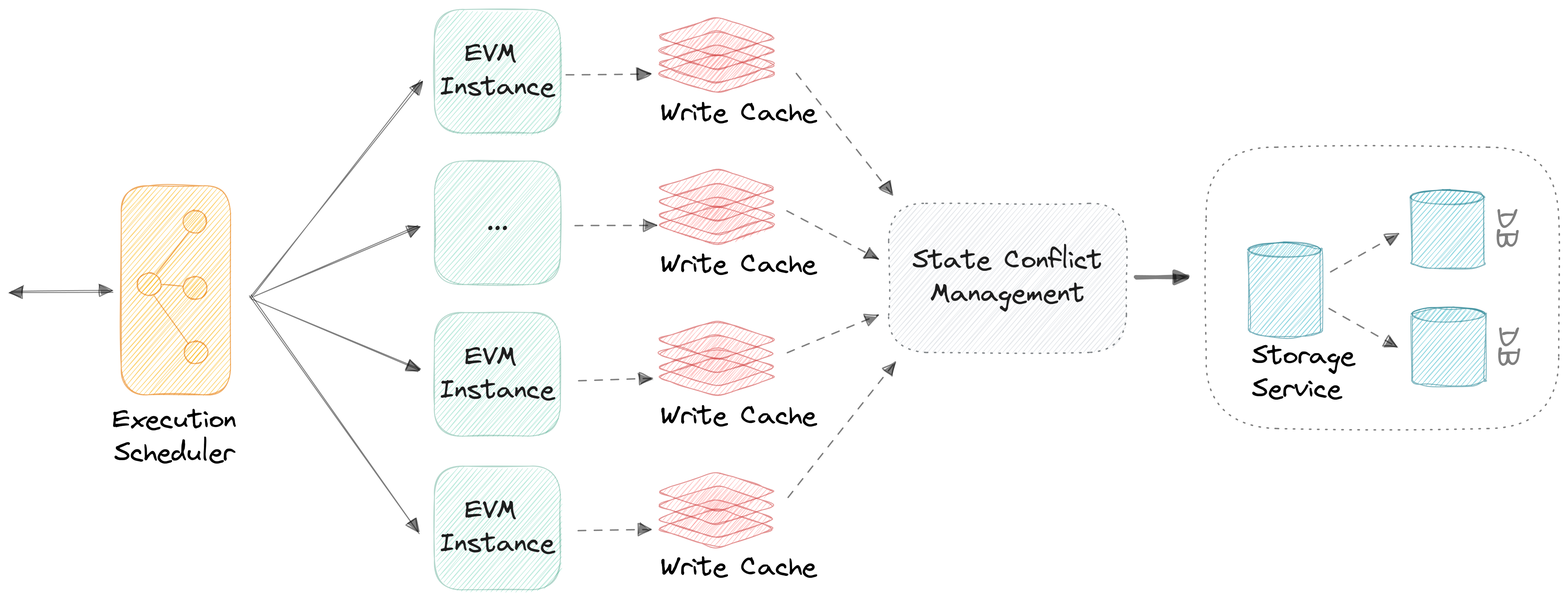
This is img/system.png from arcology-network/.github, a Excalidraw export, as it was before one commit. Source tidied: one line per element, renumbered; positions are measured from the earlier drawing's top-left corner, leaving out a move shared by most shapes.
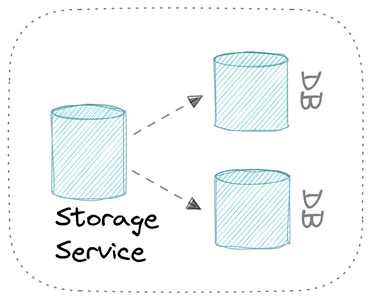
After the commit.

What changed in the source:
```diff
@@ -1,4 +1,3 @@
-{"id": 0, "type": "arrow", "strokeColor": "#000000", "backgroundColor": "#15aabf", "fillStyle": "hachure", "strokeWidth": 1, "roughness": 1, "opacity": 50, "endArrowhead": "triangle", "round": true, "from": 23, "to": 19, "x": 254, "y": 303, "width": 179, "height": 228, "points": [[0, 0], [179, -228]]}
 {"id": 1, "type": "arrow", "strokeColor": "#000000", "backgroundColor": "#868e96", "fillStyle": "hachure", "strokeWidth": 1, "strokeStyle": "dashed", "roughness": 1, "opacity": 50, "endArrowhead": "triangle", "round": true, "x": 1392, "y": 276, "width": 71, "height": 41, "points": [[0, 0], [71, -41]]}
 {"id": 2, "type": "arrow", "strokeColor": "#000000", "backgroundColor": "#868e96", "fillStyle": "hachure", "strokeWidth": 1, "strokeStyle": "dashed", "roughness": 1, "opacity": 50, "endArrowhead": "triangle", "round": true, "x": 1389, "y": 314, "width": 72, "height": 42, "points": [[0, 0], [72, 42]]}
 {"id": 3, "type": "text", "text": "DB", "strokeColor": "#000000", "angle": 1.57, "backgroundColor": "#868e96", "fillStyle": "hachure", "strokeWidth": 1, "strokeStyle": "dotted", "roughness": 1, "opacity": 50, "fontSize": 28, "fontFamily": 1, "textAlign": "center", "round": true, "x": 1553, "y": 213, "width": 42, "height": 35}
@@ -11,55 +10,3 @@
 {"id": 10, "type": "line", "strokeColor": "#0b7285", "backgroundColor": "#15aabf", "fillStyle": "hachure", "strokeWidth": 1, "roughness": 1, "opacity": 50, "round": true, "x": 1477, "y": 321, "width": 77, "height": 82, "points": [[0, 0], [0, 62], [0, 69], [4, 72], [18, 75], [41, 76], [63, 75], [75, 71], [77, 69], [77, 63], [77, 5], [76, 0], [71, -3], [61, -5], [37, -7], [18, -6], [3, -3], [0, 0], [0, 0]]}
 {"id": 11, "type": "ellipse", "strokeColor": "#0b7285", "backgroundColor": "#15aabf", "fillStyle": "hachure", "strokeWidth": 1, "roughness": 1, "opacity": 50, "x": 1477, "y": 314, "width": 77, "height": 15}
 {"id": 12, "type": "text", "text": "Storage\nService", "strokeColor": "#000000", "strokeWidth": 1, "roughness": 1, "fontSize": 28, "fontFamily": 1, "x": 1308, "y": 348, "width": 108, "height": 70}
-{"id": 13, "type": "rectangle", "strokeColor": "#343a40", "backgroundColor": "#ced4da", "fillStyle": "hachure", "strokeWidth": 1, "strokeStyle": "dotted", "roughness": 1, "opacity": 60, "round": true, "x": 925, "y": 204, "width": 250, "height": 157}
-{"id": 14, "type": "text", "text": "State Conflict\nManagement", "strokeColor": "#1e1e1e", "backgroundColor": "#ffc9c9", "fillStyle": "cross-hatch", "strokeWidth": 2, "roughness": 1, "fontSize": 28, "fontFamily": 1, "textAlign": "center", "verticalAlign": "middle", "inside": 13, "x": 951, "y": 248, "width": 200, "height": 70}
-{"id": 15, "type": "rectangle", "strokeColor": "#087f5b", "backgroundColor": "#12b886", "fillStyle": "hachure", "strokeWidth": 1, "roughness": 1, "opacity": 30, "round": true, "x": 447, "y": 481, "width": 133, "height": 130}
-{"id": 16, "type": "text", "text": "EVM \nInstance", "strokeColor": "#1e1e1e", "backgroundColor": "#ffc9c9", "fillStyle": "cross-hatch", "strokeWidth": 2, "roughness": 1, "fontSize": 28, "fontFamily": 1, "textAlign": "center", "verticalAlign": "middle", "inside": 15, "x": 453, "y": 511, "width": 120, "height": 70}
-{"id": 17, "type": "rectangle", "strokeColor": "#087f5b", "backgroundColor": "#12b886", "fillStyle": "hachure", "strokeWidth": 1, "roughness": 1, "opacity": 30, "round": true, "x": 447, "y": 319, "width": 133, "height": 130}
-{"id": 18, "type": "text", "text": "EVM \nInstance", "strokeColor": "#1e1e1e", "backgroundColor": "#ffc9c9", "fillStyle": "cross-hatch", "strokeWidth": 2, "roughness": 1, "fontSize": 28, "fontFamily": 1, "textAlign": "center", "verticalAlign": "middle", "inside": 17, "x": 453, "y": 349, "width": 120, "height": 70}
-{"id": 19, "type": "rectangle", "strokeColor": "#087f5b", "backgroundColor": "#12b886", "fillStyle": "hachure", "strokeWidth": 1, "roughness": 1, "opacity": 30, "round": true, "x": 447, "y": 0, "width": 133, "height": 130}
-{"id": 20, "type": "text", "text": "EVM \nInstance", "strokeColor": "#1e1e1e", "backgroundColor": "#ffc9c9", "fillStyle": "cross-hatch", "strokeWidth": 2, "roughness": 1, "fontSize": 28, "fontFamily": 1, "textAlign": "center", "verticalAlign": "middle", "inside": 19, "x": 453, "y": 30, "width": 120, "height": 70}
-{"id": 21, "type": "rectangle", "strokeColor": "#087f5b", "backgroundColor": "#12b886", "fillStyle": "hachure", "strokeWidth": 1, "roughness": 1, "opacity": 30, "round": true, "x": 447, "y": 160, "width": 133, "height": 130}
-{"id": 22, "type": "text", "text": "...", "strokeColor": "#1e1e1e", "backgroundColor": "#ffc9c9", "fillStyle": "cross-hatch", "strokeWidth": 2, "roughness": 1, "fontSize": 28, "fontFamily": 1, "textAlign": "center", "verticalAlign": "middle", "inside": 21, "x": 502, "y": 207, "width": 23, "height": 35}
-{"id": 23, "type": "rectangle", "strokeColor": "#e67700", "backgroundColor": "#fab005", "fillStyle": "hachure", "strokeWidth": 1, "roughness": 1, "opacity": 60, "round": true, "x": 117, "y": 186, "width": 115, "height": 220}
-{"id": 24, "type": "ellipse", "strokeColor": "#e67700", "backgroundColor": "#fab005", "fillStyle": "hachure", "strokeWidth": 1, "roughness": 1, "opacity": 60, "round": true, "x": 183, "y": 281, "width": 25, "height": 24}
-{"id": 25, "type": "ellipse", "strokeColor": "#e67700", "backgroundColor": "#fab005", "fillStyle": "hachure", "strokeWidth": 1, "roughness": 1, "opacity": 60, "round": true, "x": 134, "y": 277, "width": 25, "height": 24}
-{"id": 26, "type": "ellipse", "strokeColor": "#e67700", "backgroundColor": "#fab005", "fillStyle": "hachure", "strokeWidth": 1, "roughness": 1, "opacity": 60, "round": true, "x": 183, "y": 349, "width": 25, "height": 24}
-{"id": 27, "type": "ellipse", "strokeColor": "#e67700", "backgroundColor": "#fab005", "fillStyle": "hachure", "strokeWidth": 1, "roughness": 1, "opacity": 60, "round": true, "x": 182, "y": 212, "width": 25, "height": 24}
-{"id": 28, "type": "arrow", "strokeColor": "#e67700", "backgroundColor": "#fab005", "fillStyle": "hachure", "strokeWidth": 1, "roughness": 1, "opacity": 60, "from": 25, "x": 152, "y": 302, "width": 36, "height": 51, "points": [[0, 0], [36, 51]]}
-{"id": 29, "type": "arrow", "strokeColor": "#e67700", "backgroundColor": "#fab005", "fillStyle": "hachure", "strokeWidth": 1, "roughness": 1, "opacity": 60, "from": 25, "to": 24, "x": 160, "y": 290, "width": 22, "height": 2, "points": [[0, 0], [22, 2]]}
-{"id": 30, "type": "arrow", "strokeColor": "#e67700", "backgroundColor": "#fab005", "fillStyle": "hachure", "strokeWidth": 1, "roughness": 1, "opacity": 60, "from": 25, "to": 27, "x": 154, "y": 278, "width": 34, "height": 44, "points": [[0, 0], [34, -44]]}
-{"id": 31, "type": "text", "text": "Execution\nScheduler", "strokeColor": "#000000", "backgroundColor": "#fab005", "fillStyle": "hachure", "strokeWidth": 1, "roughness": 1, "fontSize": 28, "fontFamily": 1, "textAlign": "center", "x": 108, "y": 416, "width": 130, "height": 70}
-{"id": 32, "type": "diamond", "strokeColor": "#c92a2a", "backgroundColor": "#fd8888", "fillStyle": "hachure", "strokeWidth": 1, "roughness": 1, "opacity": 50, "round": true, "x": 680, "y": 47, "width": 128, "height": 42}
-{"id": 33, "type": "diamond", "strokeColor": "#c92a2a", "backgroundColor": "#fd8888", "fillStyle": "hachure", "strokeWidth": 1, "roughness": 1, "opacity": 50, "round": true, "x": 680, "y": 37, "width": 128, "height": 42}
-{"id": 34, "type": "diamond", "strokeColor": "#c92a2a", "backgroundColor": "#fd8888", "fillStyle": "hachure", "strokeWidth": 1, "roughness": 1, "opacity": 50, "round": true, "x": 680, "y": 22, "width": 128, "height": 42}
-{"id": 35, "type": "diamond", "strokeColor": "#c92a2a", "backgroundColor": "#fd8888", "fillStyle": "hachure", "strokeWidth": 1, "roughness": 1, "opacity": 50, "round": true, "x": 680, "y": 8, "width": 128, "height": 42}
-{"id": 36, "type": "text", "text": "Write Cache", "strokeColor": "#000000", "backgroundColor": "#228be6", "fillStyle": "hachure", "strokeWidth": 1, "strokeStyle": "dotted", "roughness": 1, "fontSize": 28, "fontFamily": 1, "round": true, "x": 685, "y": 92, "width": 164, "height": 35}
-{"id": 37, "type": "diamond", "strokeColor": "#c92a2a", "backgroundColor": "#fd8888", "fillStyle": "hachure", "strokeWidth": 1, "roughness": 1, "opacity": 50, "round": true, "x": 680, "y": 206, "width": 128, "height": 42}
-{"id": 38, "type": "diamond", "strokeColor": "#c92a2a", "backgroundColor": "#fd8888", "fillStyle": "hachure", "strokeWidth": 1, "roughness": 1, "opacity": 50, "round": true, "x": 680, "y": 196, "width": 128, "height": 42}
-{"id": 39, "type": "diamond", "strokeColor": "#c92a2a", "backgroundColor": "#fd8888", "fillStyle": "hachure", "strokeWidth": 1, "roughness": 1, "opacity": 50, "round": true, "x": 680, "y": 182, "width": 128, "height": 42}
-{"id": 40, "type": "diamond", "strokeColor": "#c92a2a", "backgroundColor": "#fd8888", "fillStyle": "hachure", "strokeWidth": 1, "roughness": 1, "opacity": 50, "round": true, "x": 680, "y": 167, "width": 128, "height": 42}
-{"id": 41, "type": "text", "text": "Write Cache", "strokeColor": "#000000", "backgroundColor": "#228be6", "fillStyle": "hachure", "strokeWidth": 1, "strokeStyle": "dotted", "roughness": 1, "fontSize": 28, "fontFamily": 1, "round": true, "x": 685, "y": 252, "width": 164, "height": 35}
-{"id": 42, "type": "diamond", "strokeColor": "#c92a2a", "backgroundColor": "#fd8888", "fillStyle": "hachure", "strokeWidth": 1, "roughness": 1, "opacity": 50, "round": true, "x": 680, "y": 366, "width": 128, "height": 42}
-{"id": 43, "type": "diamond", "strokeColor": "#c92a2a", "backgroundColor": "#fd8888", "fillStyle": "hachure", "strokeWidth": 1, "roughness": 1, "opacity": 50, "round": true, "x": 680, "y": 356, "width": 128, "height": 42}
-{"id": 44, "type": "diamond", "strokeColor": "#c92a2a", "backgroundColor": "#fd8888", "fillStyle": "hachure", "strokeWidth": 1, "roughness": 1, "opacity": 50, "round": true, "x": 680, "y": 341, "width": 128, "height": 42}
-{"id": 45, "type": "diamond", "strokeColor": "#c92a2a", "backgroundColor": "#fd8888", "fillStyle": "hachure", "strokeWidth": 1, "roughness": 1, "opacity": 50, "round": true, "x": 680, "y": 327, "width": 128, "height": 42}
-{"id": 46, "type": "text", "text": "Write Cache", "strokeColor": "#000000", "backgroundColor": "#228be6", "fillStyle": "hachure", "strokeWidth": 1, "strokeStyle": "dotted", "roughness": 1, "fontSize": 28, "fontFamily": 1, "round": true, "x": 685, "y": 412, "width": 164, "height": 35}
-{"id": 47, "type": "diamond", "strokeColor": "#c92a2a", "backgroundColor": "#fd8888", "fillStyle": "hachure", "strokeWidth": 1, "roughness": 1, "opacity": 50, "round": true, "x": 680, "y": 526, "width": 128, "height": 42}
-{"id": 48, "type": "diamond", "strokeColor": "#c92a2a", "backgroundColor": "#fd8888", "fillStyle": "hachure", "strokeWidth": 1, "roughness": 1, "opacity": 50, "round": true, "x": 680, "y": 515, "width": 128, "height": 42}
-{"id": 49, "type": "diamond", "strokeColor": "#c92a2a", "backgroundColor": "#fd8888", "fillStyle": "hachure", "strokeWidth": 1, "roughness": 1, "opacity": 50, "round": true, "x": 680, "y": 501, "width": 128, "height": 42}
-{"id": 50, "type": "diamond", "strokeColor": "#c92a2a", "backgroundColor": "#fd8888", "fillStyle": "hachure", "strokeWidth": 1, "roughness": 1, "opacity": 50, "round": true, "x": 680, "y": 487, "width": 128, "height": 42}
-{"id": 51, "type": "text", "text": "Write Cache", "strokeColor": "#000000", "backgroundColor": "#228be6", "fillStyle": "hachure", "strokeWidth": 1, "strokeStyle": "dotted", "roughness": 1, "fontSize": 28, "fontFamily": 1, "round": true, "x": 685, "y": 571, "width": 164, "height": 35}
-{"id": 52, "type": "arrow", "strokeColor": "#000000", "backgroundColor": "#15aabf", "fillStyle": "hachure", "strokeWidth": 1, "roughness": 1, "opacity": 50, "endArrowhead": "triangle", "round": true, "from": 23, "to": 21, "x": 257, "y": 302, "width": 173, "height": 74, "points": [[0, 0], [173, -74]]}
-{"id": 53, "type": "arrow", "strokeColor": "#000000", "backgroundColor": "#15aabf", "fillStyle": "hachure", "strokeWidth": 4, "roughness": 1, "opacity": 50, "endArrowhead": "triangle", "round": true, "from": 13, "to": 5, "x": 1185, "y": 282, "width": 55, "height": 0, "points": [[0, 0], [55, 0]]}
-{"id": 54, "type": "arrow", "strokeColor": "#000000", "backgroundColor": "#15aabf", "fillStyle": "hachure", "strokeWidth": 1, "roughness": 1, "opacity": 50, "endArrowhead": "triangle", "round": true, "from": 23, "to": 17, "x": 255, "y": 304, "width": 178, "height": 76, "points": [[0, 0], [178, 76]]}
-{"id": 55, "type": "arrow", "strokeColor": "#000000", "backgroundColor": "#15aabf", "fillStyle": "hachure", "strokeWidth": 1, "roughness": 1, "opacity": 50, "endArrowhead": "triangle", "round": true, "from": 23, "to": 15, "x": 253, "y": 301, "width": 179, "height": 250, "points": [[0, 0], [179, 250]]}
-{"id": 56, "type": "arrow", "strokeColor": "#000000", "backgroundColor": "00000", "fillStyle": "hachure", "strokeWidth": 1, "strokeStyle": "dashed", "roughness": 1, "opacity": 50, "endArrowhead": "triangle", "round": true, "from": 19, "to": 33, "x": 585, "y": 68, "width": 89, "height": 1, "points": [[0, 0], [89, -1]]}
-{"id": 57, "type": "arrow", "strokeColor": "#000000", "backgroundColor": "00000", "fillStyle": "hachure", "strokeWidth": 1, "strokeStyle": "dashed", "roughness": 1, "opacity": 50, "endArrowhead": "triangle", "round": true, "from": 21, "to": 38, "x": 594, "y": 228, "width": 88, "height": 1, "points": [[0, 0], [88, -1]]}
-{"id": 58, "type": "arrow", "strokeColor": "#000000", "backgroundColor": "00000", "fillStyle": "hachure", "strokeWidth": 1, "strokeStyle": "dashed", "roughness": 1, "opacity": 50, "endArrowhead": "triangle", "round": true, "from": 17, "to": 43, "x": 598, "y": 391, "width": 79, "height": 1, "points": [[0, 0], [79, -1]]}
-{"id": 59, "type": "arrow", "strokeColor": "#000000", "backgroundColor": "00000", "fillStyle": "hachure", "strokeWidth": 1, "strokeStyle": "dashed", "roughness": 1, "opacity": 50, "endArrowhead": "triangle", "round": true, "from": 15, "to": 48, "x": 597, "y": 550, "width": 78, "height": 2, "points": [[0, 0], [78, -2]]}
-{"id": 60, "type": "arrow", "strokeColor": "#000000", "backgroundColor": "#228be6", "fillStyle": "hachure", "strokeWidth": 1, "strokeStyle": "dashed", "roughness": 1, "opacity": 50, "endArrowhead": "triangle", "round": true, "from": 32, "to": 13, "x": 829, "y": 68, "width": 101, "height": 128, "points": [[0, 0], [101, 128]]}
-{"id": 61, "type": "arrow", "strokeColor": "#000000", "backgroundColor": "#228be6", "fillStyle": "hachure", "strokeWidth": 1, "strokeStyle": "dashed", "roughness": 1, "opacity": 50, "endArrowhead": "triangle", "round": true, "from": 39, "to": 13, "x": 819, "y": 212, "width": 97, "height": 50, "points": [[0, 0], [97, 50]]}
-{"id": 62, "type": "arrow", "strokeColor": "#000000", "backgroundColor": "#228be6", "fillStyle": "hachure", "strokeWidth": 1, "strokeStyle": "dashed", "roughness": 1, "opacity": 50, "endArrowhead": "triangle", "round": true, "from": 44, "to": 13, "x": 820, "y": 362, "width": 94, "height": 40, "points": [[0, 0], [94, -40]]}
-{"id": 63, "type": "arrow", "strokeColor": "#000000", "backgroundColor": "#228be6", "fillStyle": "hachure", "strokeWidth": 1, "strokeStyle": "dashed", "roughness": 1, "opacity": 50, "endArrowhead": "triangle", "round": true, "from": 50, "to": 13, "x": 821, "y": 515, "width": 111, "height": 143, "points": [[0, 0], [111, -143]]}
-{"id": 64, "type": "arrow", "strokeColor": "#000000", "backgroundColor": "#15aabf", "fillStyle": "hachure", "strokeWidth": 1, "roughness": 1, "opacity": 50, "startArrowhead": "triangle", "endArrowhead": "triangle", "round": true, "to": 23, "x": 0, "y": 299, "width": 107, "height": 1, "points": [[0, 0], [107, -1]]}
```
